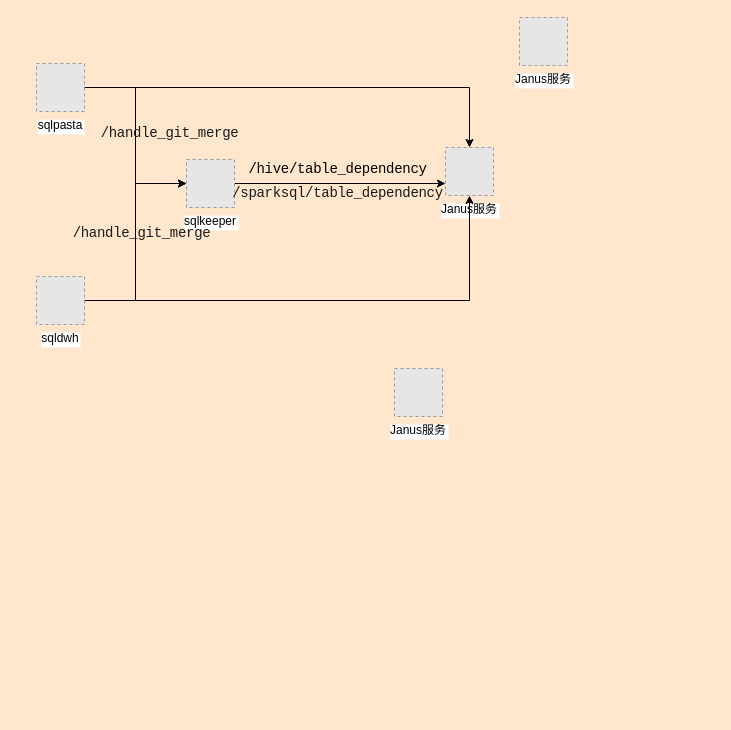
Before: 血缘及CI相关代码梳理.drawio in zhangkuantian/architect-awesome, a draw.io diagram. Source tidied: cells renumbered, new cells numbered last; positions are measured from the earlier drawing's top-left corner, leaving out a move shared by most shapes. Both pictures are drawn from the tidied source at 100%, with x=0, y=0 at pixel (36, 17). Pictures stored in the file or linked from it are replaced by grey dashed boxes.
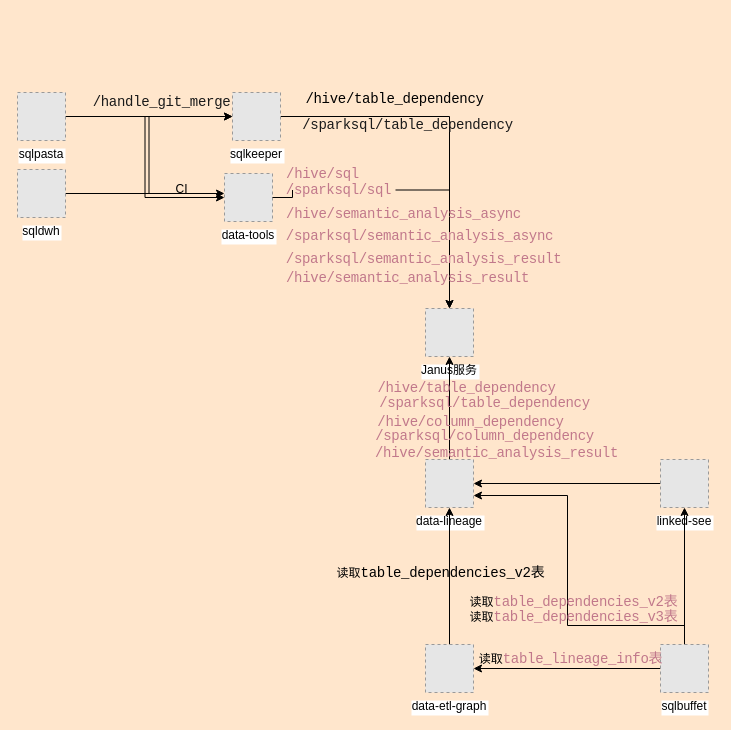
The same diagram, later.

Commit message (it also covers changes not shown here):
Update 血缘及CI相关代码梳理.drawio

Diff of the diagram source:
```diff
@@
     <mxCell id="2" value="Janus服务" style="fillColor=#E6E6E6;strokeColor=#999999;dashed=1;verticalLabelPosition=bottom;labelBackgroundColor=#ffffff;verticalAlign=top;" parent="1" vertex="1">
-      <mxGeometry x="409" y="130" width="48" height="48" as="geometry" />
+      <mxGeometry x="389" y="291" width="48" height="48" as="geometry" />
     </mxCell>
-    <mxCell id="3" style="edgeStyle=orthogonalEdgeStyle;rounded=0;jettySize=auto;html=1;entryX=0;entryY=0.75;entryDx=0;entryDy=0;" parent="1" edge="1" source="4" target="2">
+    <mxCell id="3" style="edgeStyle=orthogonalEdgeStyle;rounded=0;jettySize=auto;html=1;entryX=0.5;entryY=0;entryDx=0;entryDy=0;" parent="1" edge="1" source="4" target="2">
       <mxGeometry relative="1" as="geometry" />
     </mxCell>
     <mxCell id="4" value="sqlkeeper" style="fillColor=#E6E6E6;strokeColor=#999999;dashed=1;verticalLabelPosition=bottom;labelBackgroundColor=#ffffff;verticalAlign=top;" parent="1" vertex="1">
-      <mxGeometry x="150" y="142" width="48" height="48" as="geometry" />
+      <mxGeometry x="196" y="75" width="48" height="48" as="geometry" />
     </mxCell>
+    <mxCell id="17" style="edgeStyle=orthogonalEdgeStyle;rounded=0;jettySize=auto;html=1;startArrow=none;" parent="1" edge="1" source="35" target="2">
+      <mxGeometry relative="1" as="geometry" />
+    </mxCell>
-    <mxCell id="5" value="Janus服务" style="fillColor=#E6E6E6;strokeColor=#999999;dashed=1;verticalLabelPosition=bottom;labelBackgroundColor=#ffffff;verticalAlign=top;" parent="1" vertex="1">
-      <mxGeometry x="358" y="351" width="48" height="48" as="geometry" />
+    <mxCell id="5" value="data-tools" style="fillColor=#E6E6E6;strokeColor=#999999;dashed=1;verticalLabelPosition=bottom;labelBackgroundColor=#ffffff;verticalAlign=top;" parent="1" vertex="1">
+      <mxGeometry x="188" y="156" width="48" height="48" as="geometry" />
     </mxCell>
+    <mxCell id="18" style="edgeStyle=orthogonalEdgeStyle;rounded=0;jettySize=auto;html=1;" parent="1" edge="1" source="6" target="2">
+      <mxGeometry relative="1" as="geometry" />
+    </mxCell>
-    <mxCell id="6" value="Janus服务" style="fillColor=#E6E6E6;strokeColor=#999999;dashed=1;verticalLabelPosition=bottom;labelBackgroundColor=#ffffff;verticalAlign=top;" parent="1" vertex="1">
-      <mxGeometry x="483" width="48" height="48" as="geometry" />
+    <mxCell id="6" value="data-lineage" style="fillColor=#E6E6E6;strokeColor=#999999;dashed=1;verticalLabelPosition=bottom;labelBackgroundColor=#ffffff;verticalAlign=top;" parent="1" vertex="1">
+      <mxGeometry x="389" y="442" width="48" height="48" as="geometry" />
     </mxCell>
@@
-    <mxCell id="8" style="edgeStyle=orthogonalEdgeStyle;rounded=0;jettySize=auto;html=1;entryX=0.5;entryY=0;entryDx=0;entryDy=0;" parent="1" edge="1" source="9" target="2">
-      <mxGeometry relative="1" as="geometry" />
-    </mxCell>
+    <mxCell id="19" style="edgeStyle=orthogonalEdgeStyle;rounded=0;jettySize=auto;html=1;entryX=0;entryY=0.5;entryDx=0;entryDy=0;" parent="1" edge="1" source="9" target="5">
+      <mxGeometry relative="1" as="geometry" />
+    </mxCell>
     <mxCell id="9" value="sqlpasta" style="fillColor=#E6E6E6;strokeColor=#999999;dashed=1;verticalLabelPosition=bottom;labelBackgroundColor=#ffffff;verticalAlign=top;" parent="1" vertex="1">
-      <mxGeometry y="46" width="48" height="48" as="geometry" />
+      <mxGeometry x="-19" y="75" width="48" height="48" as="geometry" />
     </mxCell>
+    <mxCell id="20" style="edgeStyle=orthogonalEdgeStyle;rounded=0;jettySize=auto;html=1;" parent="1" edge="1" source="12" target="5">
+      <mxGeometry relative="1" as="geometry">
+        <Array as="points">
+          <mxPoint x="24" y="180" />
+        </Array>
+      </mxGeometry>
+    </mxCell>
@@
-    <mxCell id="11" style="edgeStyle=orthogonalEdgeStyle;rounded=0;jettySize=auto;html=1;entryX=0.5;entryY=1;entryDx=0;entryDy=0;" parent="1" edge="1" source="12" target="2">
-      <mxGeometry relative="1" as="geometry" />
-    </mxCell>
     <mxCell id="12" value="sqldwh" style="fillColor=#E6E6E6;strokeColor=#999999;dashed=1;verticalLabelPosition=bottom;labelBackgroundColor=#ffffff;verticalAlign=top;" parent="1" vertex="1">
-      <mxGeometry y="259" width="48" height="48" as="geometry" />
+      <mxGeometry x="-19" y="152" width="48" height="48" as="geometry" />
     </mxCell>
     <mxCell id="13" value="&lt;span style=&quot;font-family: monospace ; font-size: 14px ; letter-spacing: -0.3px ; text-align: left&quot;&gt;&lt;font color=&quot;#1a1a1a&quot;&gt;/handle_git_merge&lt;/font&gt;&lt;/span&gt;" style="text;html=1;align=center;verticalAlign=middle;strokeColor=none;" parent="1" vertex="1">
-      <mxGeometry x="59" y="106" width="148" height="19" as="geometry" />
+      <mxGeometry x="51" y="75" width="148" height="19" as="geometry" />
     </mxCell>
-    <mxCell id="14" value="&lt;span style=&quot;font-family: monospace ; font-size: 14px ; letter-spacing: -0.3px ; text-align: left&quot;&gt;&lt;font color=&quot;#1a1a1a&quot;&gt;/handle_git_merge&lt;/font&gt;&lt;/span&gt;" style="text;html=1;align=center;verticalAlign=middle;strokeColor=none;" parent="1" vertex="1">
-      <mxGeometry x="31" y="206" width="148" height="19" as="geometry" />
-    </mxCell>
     <mxCell id="15" value="&lt;span style=&quot;font-family: monospace ; font-size: 14px ; letter-spacing: -0.3px ; text-align: left&quot;&gt;/hive/table_dependency&lt;/span&gt;" style="text;html=1;align=center;verticalAlign=middle;strokeColor=none;" parent="1" vertex="1">
-      <mxGeometry x="207" y="142" width="188" height="19" as="geometry" />
+      <mxGeometry x="264" y="72" width="188" height="19" as="geometry" />
     </mxCell>
     <mxCell id="16" value="&lt;span style=&quot;font-family: monospace ; font-size: 14px ; letter-spacing: -0.3px ; text-align: left&quot;&gt;&lt;font color=&quot;#1a1a1a&quot;&gt;/sparksql/table_dependency&lt;/font&gt;&lt;/span&gt;" style="text;html=1;align=center;verticalAlign=middle;strokeColor=none;" parent="1" vertex="1">
-      <mxGeometry x="190.5" y="166" width="221" height="19" as="geometry" />
+      <mxGeometry x="260" y="98" width="221" height="19" as="geometry" />
     </mxCell>
+    <mxCell id="21" style="edgeStyle=orthogonalEdgeStyle;rounded=0;jettySize=auto;html=1;" parent="1" edge="1" source="22" target="6">
+      <mxGeometry relative="1" as="geometry" />
+    </mxCell>
+    <mxCell id="22" value="data-etl-graph" style="fillColor=#E6E6E6;strokeColor=#999999;dashed=1;verticalLabelPosition=bottom;labelBackgroundColor=#ffffff;verticalAlign=top;" parent="1" vertex="1">
+      <mxGeometry x="389" y="627" width="48" height="48" as="geometry" />
+    </mxCell>
+    <mxCell id="23" style="edgeStyle=orthogonalEdgeStyle;rounded=0;jettySize=auto;html=1;" parent="1" edge="1" source="24" target="6">
+      <mxGeometry relative="1" as="geometry" />
+    </mxCell>
+    <mxCell id="24" value="linked-see" style="fillColor=#E6E6E6;strokeColor=#999999;dashed=1;verticalLabelPosition=bottom;labelBackgroundColor=#ffffff;verticalAlign=top;" parent="1" vertex="1">
+      <mxGeometry x="624" y="442" width="48" height="48" as="geometry" />
+    </mxCell>
+    <mxCell id="25" value="CI" style="text;html=1;align=center;verticalAlign=middle;strokeColor=none;" parent="1" vertex="1">
+      <mxGeometry x="134" y="163" width="22" height="18" as="geometry" />
+    </mxCell>
+    <mxCell id="26" value="&lt;span style=&quot;color: rgb(193 , 120 , 139) ; font-family: monospace ; font-size: 14px ; letter-spacing: -0.3px ; text-align: left&quot;&gt;/hive/sql&lt;/span&gt;" style="text;html=1;align=center;verticalAlign=middle;strokeColor=none;" parent="1" vertex="1">
+      <mxGeometry x="244" y="147" width="83" height="19" as="geometry" />
+    </mxCell>
+    <mxCell id="27" value="&lt;span style=&quot;color: rgb(193 , 120 , 139) ; font-family: monospace ; font-size: 14px ; letter-spacing: -0.3px ; text-align: left&quot;&gt;/hive/semantic_analysis_async&lt;/span&gt;" style="text;html=1;align=center;verticalAlign=middle;strokeColor=none;" parent="1" vertex="1">
+      <mxGeometry x="244" y="187" width="245" height="19" as="geometry" />
+    </mxCell>
+    <mxCell id="28" value="&lt;span style=&quot;color: rgb(193 , 120 , 139) ; font-family: monospace ; font-size: 14px ; letter-spacing: -0.3px ; text-align: left&quot;&gt;/sparksql/semantic_analysis_async&lt;/span&gt;" style="text;html=1;align=center;verticalAlign=middle;strokeColor=none;" parent="1" vertex="1">
+      <mxGeometry x="244" y="209" width="277" height="19" as="geometry" />
+    </mxCell>
+    <mxCell id="29" value="&lt;span style=&quot;color: rgb(193 , 120 , 139) ; font-family: monospace ; font-size: 14px ; letter-spacing: -0.3px ; text-align: left&quot;&gt;/hive/semantic_analysis_result&lt;/span&gt;" style="text;html=1;align=center;verticalAlign=middle;strokeColor=none;" parent="1" vertex="1">
+      <mxGeometry x="244" y="251" width="253" height="19" as="geometry" />
+    </mxCell>
+    <mxCell id="30" value="&lt;span style=&quot;color: rgb(193 , 120 , 139) ; font-family: monospace ; font-size: 14px ; letter-spacing: -0.3px ; text-align: left&quot;&gt;/sparksql/semantic_analysis_result&lt;/span&gt;" style="text;html=1;align=center;verticalAlign=middle;strokeColor=none;" parent="1" vertex="1">
+      <mxGeometry x="244" y="232" width="285" height="19" as="geometry" />
+    </mxCell>
+    <mxCell id="31" style="edgeStyle=orthogonalEdgeStyle;rounded=0;jettySize=auto;html=1;entryX=1;entryY=0.5;entryDx=0;entryDy=0;" parent="1" edge="1" source="34" target="22">
+      <mxGeometry relative="1" as="geometry" />
+    </mxCell>
+    <mxCell id="32" style="edgeStyle=orthogonalEdgeStyle;rounded=0;jettySize=auto;html=1;entryX=0.5;entryY=1;entryDx=0;entryDy=0;" parent="1" edge="1" source="34" target="24">
+      <mxGeometry relative="1" as="geometry" />
+    </mxCell>
+    <mxCell id="33" style="edgeStyle=orthogonalEdgeStyle;rounded=0;jettySize=auto;html=1;entryX=1;entryY=0.75;entryDx=0;entryDy=0;" parent="1" edge="1" source="34" target="6">
+      <mxGeometry relative="1" as="geometry">
+        <Array as="points">
+          <mxPoint x="648" y="608" />
+          <mxPoint x="531" y="608" />
+          <mxPoint x="531" y="478" />
+        </Array>
+      </mxGeometry>
+    </mxCell>
+    <mxCell id="34" value="sqlbuffet" style="fillColor=#E6E6E6;strokeColor=#999999;dashed=1;verticalLabelPosition=bottom;labelBackgroundColor=#ffffff;verticalAlign=top;" parent="1" vertex="1">
+      <mxGeometry x="624" y="627" width="48" height="48" as="geometry" />
+    </mxCell>
+    <mxCell id="35" value="&lt;span style=&quot;color: rgb(193 , 120 , 139) ; font-family: monospace ; font-size: 14px ; letter-spacing: -0.3px ; text-align: left&quot;&gt;/sparksql/sql&lt;/span&gt;" style="text;html=1;align=center;verticalAlign=middle;points=[];strokeColor=none;" parent="1" vertex="1">
+      <mxGeometry x="244" y="163" width="115" height="19" as="geometry" />
+    </mxCell>
+    <mxCell id="36" style="edgeStyle=orthogonalEdgeStyle;rounded=0;jettySize=auto;html=1;endArrow=none;" parent="1" edge="1" source="5" target="35">
+      <mxGeometry relative="1" as="geometry" />
+    </mxCell>
+    <mxCell id="37" value="&lt;span style=&quot;color: rgb(193 , 120 , 139) ; font-family: monospace ; font-size: 14px ; letter-spacing: -0.3px&quot;&gt;/hive/table_dependency&lt;/span&gt;" style="text;html=1;align=center;verticalAlign=middle;strokeColor=none;" parent="1" vertex="1">
+      <mxGeometry x="336" y="361" width="188" height="19" as="geometry" />
+    </mxCell>
+    <mxCell id="38" value="&lt;span style=&quot;color: rgb(193 , 120 , 139) ; font-family: monospace ; font-size: 14px ; letter-spacing: -0.3px&quot;&gt;/sparksql/table_dependency&lt;/span&gt;" style="text;html=1;align=center;verticalAlign=middle;strokeColor=none;" parent="1" vertex="1">
+      <mxGeometry x="337" y="376" width="221" height="19" as="geometry" />
+    </mxCell>
+    <mxCell id="39" value="&lt;span style=&quot;color: rgb(193 , 120 , 139) ; font-family: monospace ; font-size: 14px ; letter-spacing: -0.3px&quot;&gt;/hive/column_dependency&lt;/span&gt;" style="text;html=1;align=center;verticalAlign=middle;strokeColor=none;" parent="1" vertex="1">
+      <mxGeometry x="336" y="395" width="196" height="19" as="geometry" />
+    </mxCell>
+    <mxCell id="40" value="&lt;span style=&quot;color: rgb(193 , 120 , 139) ; font-family: monospace ; font-size: 14px ; letter-spacing: -0.3px&quot;&gt;/sparksql/column_dependency&lt;/span&gt;" style="text;html=1;align=center;verticalAlign=middle;strokeColor=none;" parent="1" vertex="1">
+      <mxGeometry x="333" y="409" width="229" height="19" as="geometry" />
+    </mxCell>
+    <mxCell id="41" value="&lt;span style=&quot;color: rgb(193 , 120 , 139) ; font-family: monospace ; font-size: 14px ; letter-spacing: -0.3px&quot;&gt;/hive/semantic_analysis_result&lt;/span&gt;" style="text;html=1;align=center;verticalAlign=middle;strokeColor=none;" parent="1" vertex="1">
+      <mxGeometry x="333" y="426" width="253" height="19" as="geometry" />
+    </mxCell>
+    <mxCell id="42" value="读取&lt;span style=&quot;font-family: monospace ; font-size: 14px ; letter-spacing: -0.3px ; text-align: left&quot;&gt;table_dependencies_v2表&lt;/span&gt;" style="text;html=1;align=center;verticalAlign=middle;strokeColor=none;" parent="1" vertex="1">
+      <mxGeometry x="295" y="546" width="218" height="19" as="geometry" />
+    </mxCell>
+    <mxCell id="43" value="读取&lt;span style=&quot;color: rgb(193 , 120 , 139) ; font-family: monospace ; font-size: 14px ; letter-spacing: -0.3px ; text-align: left&quot;&gt;table_dependencies_v2表&lt;/span&gt;" style="text;html=1;align=center;verticalAlign=middle;strokeColor=none;" parent="1" vertex="1">
+      <mxGeometry x="428" y="575" width="218" height="19" as="geometry" />
+    </mxCell>
+    <mxCell id="44" value="读取&lt;span style=&quot;color: rgb(193 , 120 , 139) ; font-family: monospace ; font-size: 14px ; letter-spacing: -0.3px ; text-align: left&quot;&gt;table_lineage_info表&lt;/span&gt;" style="text;html=1;align=center;verticalAlign=middle;strokeColor=none;" parent="1" vertex="1">
+      <mxGeometry x="437" y="632" width="194" height="19" as="geometry" />
+    </mxCell>
+    <mxCell id="45" value="读取&lt;span style=&quot;color: rgb(193 , 120 , 139) ; font-family: monospace ; font-size: 14px ; letter-spacing: -0.3px ; text-align: left&quot;&gt;table_dependencies_v3表&lt;/span&gt;" style="text;html=1;align=center;verticalAlign=middle;strokeColor=none;" parent="1" vertex="1">
+      <mxGeometry x="428" y="590" width="218" height="19" as="geometry" />
+    </mxCell>
```
